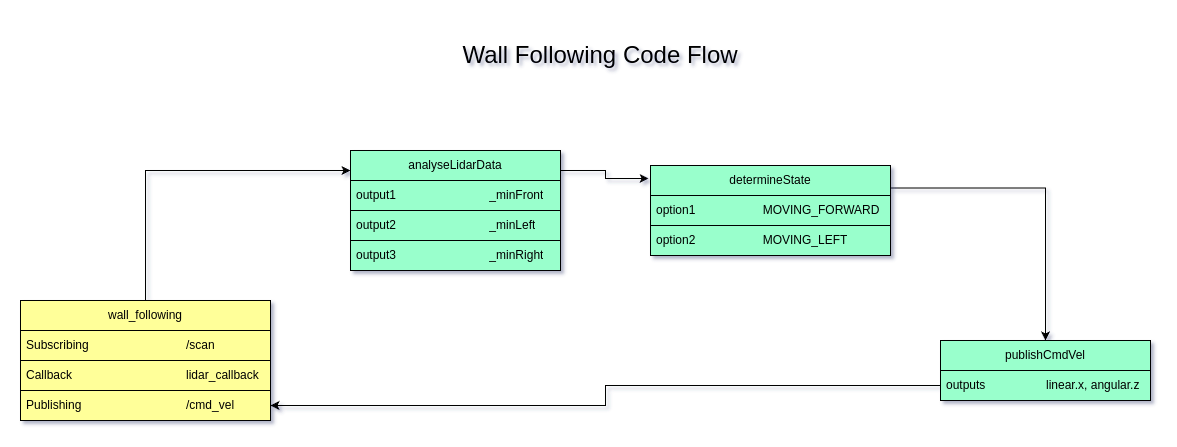
This is module_4_assessment/gifs_imgs/code_flow.png from aravindsairam/robotics_software_engineer, a draw.io export, as it was before one commit. Source tidied: cells renumbered, new cells last; positions are measured from the earlier drawing's top-left corner, leaving out a move shared by most shapes.
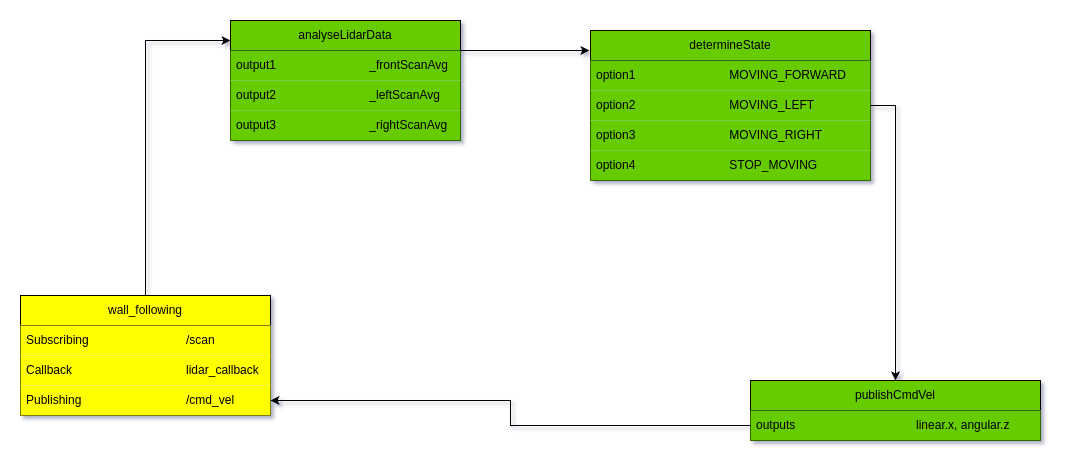
The same file after the commit.

Change to the diagram source:
```diff
@@ -2,65 +2,62 @@
   <root>
     <mxCell id="0" />
     <mxCell id="1" parent="0" />
-    <mxCell id="2" value="&lt;font style=&quot;font-size: 24px;&quot;&gt;Wall Following Code Flow&lt;/font&gt;" style="text;html=1;align=center;verticalAlign=middle;whiteSpace=wrap;rounded=0;" parent="1" vertex="1">
-      <mxGeometry x="420" width="320" height="70" as="geometry" />
-    </mxCell>
-    <mxCell id="3" value="wall_following" style="swimlane;fontStyle=0;horizontal=1;startSize=30;whiteSpace=wrap;html=1;strokeColor=#000000;fillColor=#FFFF99;" parent="1" vertex="1">
-      <mxGeometry y="280" width="250" height="120" as="geometry" />
+    <mxCell id="3" value="wall_following" style="swimlane;fontStyle=0;horizontal=1;startSize=30;whiteSpace=wrap;html=1;fillColor=#FFFF00;" parent="1" vertex="1">
+      <mxGeometry x="50" y="255" width="250" height="120" as="geometry" />
     </mxCell>
-    <mxCell id="4" value="Subscribing&lt;span style=&quot;white-space: pre;&quot;&gt;&#9;&lt;/span&gt;&lt;span style=&quot;white-space: pre;&quot;&gt;&#9;&lt;/span&gt;&lt;span style=&quot;white-space: pre;&quot;&gt;&#9;&lt;/span&gt;&lt;span style=&quot;white-space: pre;&quot;&gt;&#9;&lt;/span&gt;/scan" style="text;strokeColor=#000000;fillColor=#FFFF99;align=left;verticalAlign=middle;spacingLeft=4;spacingRight=4;overflow=hidden;whiteSpace=wrap;html=1;" parent="3" vertex="1">
+    <mxCell id="4" value="Subscribing&lt;span style=&quot;white-space: pre;&quot;&gt;&#9;&lt;/span&gt;&lt;span style=&quot;white-space: pre;&quot;&gt;&#9;&lt;/span&gt;&lt;span style=&quot;white-space: pre;&quot;&gt;&#9;&lt;/span&gt;&amp;nbsp; &lt;span style=&quot;white-space: pre;&quot;&gt;&#9;&lt;/span&gt;/scan" style="text;strokeColor=none;fillColor=#FFFF00;align=left;verticalAlign=middle;spacingLeft=4;spacingRight=4;overflow=hidden;whiteSpace=wrap;html=1;" parent="3" vertex="1">
       <mxGeometry y="30" width="250" height="30" as="geometry" />
     </mxCell>
-    <mxCell id="5" value="Callback&lt;span style=&quot;white-space: pre;&quot;&gt;&#9;&lt;/span&gt;&lt;span style=&quot;white-space: pre;&quot;&gt;&#9;&lt;/span&gt;&lt;span style=&quot;white-space: pre;&quot;&gt;&#9;&lt;/span&gt;&lt;span style=&quot;white-space: pre;&quot;&gt;&#9;&lt;/span&gt;&amp;nbsp;&lt;span style=&quot;white-space: pre;&quot;&gt;&#9;&lt;/span&gt;lidar_callback" style="text;strokeColor=#000000;fillColor=#FFFF99;align=left;verticalAlign=middle;spacingLeft=4;spacingRight=4;overflow=hidden;whiteSpace=wrap;html=1;" parent="3" vertex="1">
+    <mxCell id="5" value="Callback&lt;span style=&quot;white-space: pre;&quot;&gt;&#9;&lt;/span&gt;&lt;span style=&quot;white-space: pre;&quot;&gt;&#9;&lt;/span&gt;&lt;span style=&quot;white-space: pre;&quot;&gt;&#9;&lt;/span&gt;&lt;span style=&quot;white-space: pre;&quot;&gt;&#9;&lt;/span&gt;&lt;span style=&quot;white-space: pre;&quot;&gt;&#9;&lt;/span&gt;lidar_callback" style="text;strokeColor=none;fillColor=#FFFF00;align=left;verticalAlign=middle;spacingLeft=4;spacingRight=4;overflow=hidden;whiteSpace=wrap;html=1;" parent="3" vertex="1">
       <mxGeometry y="60" width="250" height="30" as="geometry" />
     </mxCell>
-    <mxCell id="6" value="Publishing&lt;span style=&quot;white-space: pre;&quot;&gt;&#9;&lt;/span&gt;&lt;span style=&quot;white-space: pre;&quot;&gt;&#9;&lt;/span&gt;&lt;span style=&quot;white-space: pre;&quot;&gt;&#9;&lt;/span&gt;&lt;span style=&quot;white-space: pre;&quot;&gt;&#9;&lt;/span&gt;/cmd_vel" style="text;strokeColor=#000000;fillColor=#FFFF99;align=left;verticalAlign=middle;spacingLeft=4;spacingRight=4;overflow=hidden;points=[[0,0.5],[1,0.5]];portConstraint=eastwest;whiteSpace=wrap;html=1;" parent="3" vertex="1">
+    <mxCell id="6" value="Publishing&lt;span style=&quot;white-space: pre;&quot;&gt;&#9;&lt;/span&gt;&lt;span style=&quot;white-space: pre;&quot;&gt;&#9;&lt;/span&gt;&lt;span style=&quot;white-space: pre;&quot;&gt;&#9;&lt;/span&gt;&lt;span style=&quot;white-space: pre;&quot;&gt;&#9;&lt;/span&gt;/cmd_vel" style="text;strokeColor=none;fillColor=#FFFF00;align=left;verticalAlign=middle;spacingLeft=4;spacingRight=4;overflow=hidden;points=[[0,0.5],[1,0.5]];portConstraint=eastwest;whiteSpace=wrap;html=1;" parent="3" vertex="1">
       <mxGeometry y="90" width="250" height="30" as="geometry" />
     </mxCell>
-    <mxCell id="7" value="analyseLidarData" style="swimlane;fontStyle=0;horizontal=1;startSize=30;whiteSpace=wrap;html=1;strokeColor=#000000;fillColor=#99FFCC;" parent="1" vertex="1">
-      <mxGeometry x="330" y="130" width="210" height="120" as="geometry" />
-    </mxCell>
-    <mxCell id="8" value="output1&lt;span style=&quot;white-space: pre;&quot;&gt;&#9;&lt;/span&gt;&lt;span style=&quot;white-space: pre;&quot;&gt;&#9;&lt;span style=&quot;white-space: pre;&quot;&gt;&#9;&lt;span style=&quot;white-space: pre;&quot;&gt;&#9;&lt;/span&gt;&lt;/span&gt;_minFront&lt;/span&gt;" style="text;strokeColor=#000000;fillColor=#99FFCC;align=left;verticalAlign=middle;spacingLeft=4;spacingRight=4;overflow=hidden;whiteSpace=wrap;html=1;" parent="7" vertex="1">
-      <mxGeometry y="30" width="210" height="30" as="geometry" />
-    </mxCell>
-    <mxCell id="9" value="output2&lt;span style=&quot;white-space: pre;&quot;&gt;&#9;&lt;/span&gt;&lt;span style=&quot;white-space: pre;&quot;&gt;&#9;&lt;/span&gt;&lt;span style=&quot;white-space: pre;&quot;&gt;&#9;&lt;/span&gt;&lt;span style=&quot;white-space: pre;&quot;&gt;&#9;&lt;/span&gt;_minLeft" style="text;strokeColor=#000000;fillColor=#99FFCC;align=left;verticalAlign=middle;spacingLeft=4;spacingRight=4;overflow=hidden;whiteSpace=wrap;html=1;" parent="7" vertex="1">
-      <mxGeometry y="60" width="210" height="30" as="geometry" />
-    </mxCell>
-    <mxCell id="10" value="output3&lt;span style=&quot;white-space: pre;&quot;&gt;&#9;&lt;/span&gt;&lt;span style=&quot;white-space: pre;&quot;&gt;&#9;&lt;/span&gt;&lt;span style=&quot;white-space: pre;&quot;&gt;&#9;&lt;/span&gt;&lt;span style=&quot;white-space: pre;&quot;&gt;&#9;&lt;/span&gt;_minRight" style="text;strokeColor=#000000;fillColor=#99FFCC;align=left;verticalAlign=middle;spacingLeft=4;spacingRight=4;overflow=hidden;whiteSpace=wrap;html=1;" parent="7" vertex="1">
-      <mxGeometry y="90" width="210" height="30" as="geometry" />
-    </mxCell>
-    <mxCell id="11" style="edgeStyle=orthogonalEdgeStyle;rounded=0;jettySize=auto;html=1;exitX=1;exitY=0.25;exitDx=0;exitDy=0;entryX=0.5;entryY=0;entryDx=0;entryDy=0;strokeColor=#000000;fillColor=#99FFCC;" parent="1" edge="1" source="12" target="15">
-      <mxGeometry relative="1" as="geometry" />
-    </mxCell>
-    <mxCell id="12" value="determineState" style="swimlane;fontStyle=0;horizontal=1;startSize=30;whiteSpace=wrap;html=1;strokeColor=#000000;fillColor=#99FFCC;" parent="1" vertex="1">
-      <mxGeometry x="630" y="145" width="240" height="90" as="geometry" />
+    <mxCell id="12" value="determineState" style="swimlane;fontStyle=0;horizontal=1;startSize=30;whiteSpace=wrap;html=1;fillColor=#66CC00;" parent="1" vertex="1">
+      <mxGeometry x="620" y="-10" width="280" height="150" as="geometry" />
     </mxCell>
-    <mxCell id="13" value="option1&lt;span style=&quot;white-space: pre;&quot;&gt;&#9;&lt;/span&gt;&lt;span style=&quot;white-space: pre;&quot;&gt;&#9;&lt;/span&gt;&lt;span style=&quot;white-space: pre;&quot;&gt;&#9;&lt;/span&gt;MOVING_FORWARD" style="text;strokeColor=#000000;fillColor=#99FFCC;align=left;verticalAlign=middle;spacingLeft=4;spacingRight=4;overflow=hidden;whiteSpace=wrap;html=1;" parent="12" vertex="1">
-      <mxGeometry y="30" width="240" height="30" as="geometry" />
+    <mxCell id="13" value="option1&lt;span style=&quot;white-space: pre;&quot;&gt;&#9;&lt;/span&gt;&lt;span style=&quot;white-space: pre;&quot;&gt;&#9;&lt;/span&gt;&lt;span style=&quot;white-space: pre;&quot;&gt;&#9;&lt;/span&gt;&lt;span style=&quot;white-space: pre;&quot;&gt;&#9;&lt;/span&gt;MOVING_FORWARD" style="text;strokeColor=none;fillColor=#66CC00;align=left;verticalAlign=middle;spacingLeft=4;spacingRight=4;overflow=hidden;whiteSpace=wrap;html=1;" parent="12" vertex="1">
+      <mxGeometry y="30" width="280" height="30" as="geometry" />
     </mxCell>
-    <mxCell id="14" value="option2&lt;span style=&quot;white-space: pre;&quot;&gt;&#9;&lt;/span&gt;&lt;span style=&quot;white-space: pre;&quot;&gt;&#9;&lt;/span&gt;&lt;span style=&quot;white-space: pre;&quot;&gt;&#9;&lt;/span&gt;MOVING_LEFT" style="text;strokeColor=#000000;fillColor=#99FFCC;align=left;verticalAlign=middle;spacingLeft=4;spacingRight=4;overflow=hidden;points=[[0,0.5],[1,0.5]];portConstraint=eastwest;whiteSpace=wrap;html=1;" parent="12" vertex="1">
-      <mxGeometry y="60" width="240" height="30" as="geometry" />
+    <mxCell id="14" value="option2&amp;nbsp;&lt;span style=&quot;white-space: pre;&quot;&gt;&#9;&lt;/span&gt;&lt;span style=&quot;white-space: pre;&quot;&gt;&#9;&lt;/span&gt;&lt;span style=&quot;white-space: pre;&quot;&gt;&#9;&lt;/span&gt;&lt;span style=&quot;white-space: pre;&quot;&gt;&#9;&lt;/span&gt;MOVING_LEFT" style="text;strokeColor=none;fillColor=#66CC00;align=left;verticalAlign=middle;spacingLeft=4;spacingRight=4;overflow=hidden;points=[[0,0.5],[1,0.5]];portConstraint=eastwest;whiteSpace=wrap;html=1;" parent="12" vertex="1">
+      <mxGeometry y="60" width="280" height="30" as="geometry" />
     </mxCell>
+    <mxCell id="20" value="option3&lt;span style=&quot;white-space: pre;&quot;&gt;&#9;&lt;/span&gt;&lt;span style=&quot;white-space: pre;&quot;&gt;&#9;&lt;/span&gt;&lt;span style=&quot;white-space: pre;&quot;&gt;&#9;&lt;/span&gt;&lt;span style=&quot;white-space: pre;&quot;&gt;&#9;&lt;/span&gt;MOVING_RIGHT" style="text;strokeColor=none;fillColor=#66CC00;align=left;verticalAlign=middle;spacingLeft=4;spacingRight=4;overflow=hidden;whiteSpace=wrap;html=1;" parent="12" vertex="1">
+      <mxGeometry y="90" width="280" height="30" as="geometry" />
+    </mxCell>
+    <mxCell id="21" value="option4&lt;span style=&quot;white-space: pre;&quot;&gt;&#9;&lt;/span&gt;&lt;span style=&quot;white-space: pre;&quot;&gt;&#9;&lt;/span&gt;&lt;span style=&quot;white-space: pre;&quot;&gt;&#9;&lt;/span&gt;&lt;span style=&quot;white-space: pre;&quot;&gt;&#9;&lt;/span&gt;STOP_MOVING" style="text;strokeColor=none;fillColor=#66CC00;align=left;verticalAlign=middle;spacingLeft=4;spacingRight=4;overflow=hidden;whiteSpace=wrap;html=1;" parent="12" vertex="1">
+      <mxGeometry y="120" width="280" height="30" as="geometry" />
+    </mxCell>
+    <mxCell id="7" value="analyseLidarData" style="swimlane;fontStyle=0;horizontal=1;startSize=30;whiteSpace=wrap;html=1;fillColor=#66CC00;" parent="1" vertex="1">
+      <mxGeometry x="260" y="-20" width="230" height="120" as="geometry" />
+    </mxCell>
+    <mxCell id="22" value="output1&lt;span style=&quot;white-space: pre;&quot;&gt;&#9;&lt;/span&gt;&lt;span style=&quot;white-space: pre;&quot;&gt;&#9;&lt;/span&gt;&lt;span style=&quot;white-space: pre;&quot;&gt;&#9;&lt;/span&gt;&lt;span style=&quot;white-space: pre;&quot;&gt;&#9;&lt;/span&gt;_frontScanAvg" style="text;strokeColor=none;fillColor=#66CC00;align=left;verticalAlign=middle;spacingLeft=4;spacingRight=4;overflow=hidden;whiteSpace=wrap;html=1;" parent="7" vertex="1">
+      <mxGeometry y="30" width="230" height="30" as="geometry" />
+    </mxCell>
+    <mxCell id="23" value="output2&lt;span style=&quot;white-space: pre;&quot;&gt;&#9;&lt;/span&gt;&lt;span style=&quot;white-space: pre;&quot;&gt;&#9;&lt;/span&gt;&lt;span style=&quot;white-space: pre;&quot;&gt;&#9;&lt;/span&gt;&lt;span style=&quot;white-space: pre;&quot;&gt;&#9;&lt;/span&gt;_leftScanAvg" style="text;strokeColor=none;fillColor=#66CC00;align=left;verticalAlign=middle;spacingLeft=4;spacingRight=4;overflow=hidden;whiteSpace=wrap;html=1;" parent="7" vertex="1">
+      <mxGeometry y="60" width="230" height="30" as="geometry" />
+    </mxCell>
+    <mxCell id="24" value="output3&lt;span style=&quot;white-space: pre;&quot;&gt;&#9;&lt;/span&gt;&lt;span style=&quot;white-space: pre;&quot;&gt;&#9;&lt;/span&gt;&lt;span style=&quot;white-space: pre;&quot;&gt;&#9;&lt;/span&gt;&lt;span style=&quot;white-space: pre;&quot;&gt;&#9;&lt;/span&gt;_rightScanAvg" style="text;strokeColor=none;fillColor=#66CC00;align=left;verticalAlign=middle;spacingLeft=4;spacingRight=4;overflow=hidden;whiteSpace=wrap;html=1;" parent="7" vertex="1">
+      <mxGeometry y="90" width="230" height="30" as="geometry" />
+    </mxCell>
-    <mxCell id="15" value="publishCmdVel" style="swimlane;fontStyle=0;horizontal=1;startSize=30;whiteSpace=wrap;html=1;strokeColor=#000000;fillColor=#99FFCC;" parent="1" vertex="1">
-      <mxGeometry x="920" y="320" width="210" height="60" as="geometry" />
+    <mxCell id="15" value="publishCmdVel" style="swimlane;fontStyle=0;horizontal=1;startSize=30;whiteSpace=wrap;html=1;fillColor=#66CC00;" parent="1" vertex="1">
+      <mxGeometry x="780" y="340" width="290" height="60" as="geometry" />
     </mxCell>
-    <mxCell id="16" value="outputs&lt;span style=&quot;white-space: pre;&quot;&gt;&#9;&lt;/span&gt;&amp;nbsp; &amp;nbsp; &amp;nbsp; &amp;nbsp; &amp;nbsp; &amp;nbsp; &amp;nbsp; linear.x, angular.z" style="text;strokeColor=#000000;fillColor=#99FFCC;align=left;verticalAlign=middle;spacingLeft=4;spacingRight=4;overflow=hidden;points=[[0,0.5],[1,0.5]];portConstraint=eastwest;whiteSpace=wrap;html=1;" parent="15" vertex="1">
-      <mxGeometry y="30" width="210" height="30" as="geometry" />
+    <mxCell id="16" value="outputs&lt;span style=&quot;white-space: pre;&quot;&gt;&#9;&lt;/span&gt;&lt;span style=&quot;white-space: pre;&quot;&gt;&#9;&lt;/span&gt;&lt;span style=&quot;white-space: pre;&quot;&gt;&#9;&lt;/span&gt;&lt;span style=&quot;white-space: pre;&quot;&gt;&#9;&lt;/span&gt;&lt;span style=&quot;white-space: pre;&quot;&gt;&#9;&lt;/span&gt;linear.x, angular.z" style="text;strokeColor=none;fillColor=#66CC00;align=left;verticalAlign=middle;spacingLeft=4;spacingRight=4;overflow=hidden;points=[[0,0.5],[1,0.5]];portConstraint=eastwest;whiteSpace=wrap;html=1;" parent="15" vertex="1">
+      <mxGeometry y="30" width="290" height="30" as="geometry" />
     </mxCell>
+    <mxCell id="25" style="edgeStyle=orthogonalEdgeStyle;rounded=0;jettySize=auto;html=1;exitX=1;exitY=0.5;exitDx=0;exitDy=0;entryX=0.5;entryY=0;entryDx=0;entryDy=0;" parent="1" edge="1" source="14" target="15">
+      <mxGeometry relative="1" as="geometry" />
+    </mxCell>
+    <mxCell id="19" style="edgeStyle=orthogonalEdgeStyle;rounded=0;jettySize=auto;html=1;exitX=0;exitY=0.5;exitDx=0;exitDy=0;entryX=1;entryY=0.5;entryDx=0;entryDy=0;" parent="1" edge="1" source="16" target="6">
+      <mxGeometry relative="1" as="geometry" />
+    </mxCell>
     <mxCell id="17" style="edgeStyle=orthogonalEdgeStyle;rounded=0;jettySize=auto;html=1;exitX=0.5;exitY=0;exitDx=0;exitDy=0;entryX=0;entryY=0.167;entryDx=0;entryDy=0;entryPerimeter=0;" parent="1" edge="1" source="3" target="7">
       <mxGeometry relative="1" as="geometry" />
     </mxCell>
-    <mxCell id="18" style="edgeStyle=orthogonalEdgeStyle;rounded=0;jettySize=auto;html=1;exitX=1;exitY=0;exitDx=0;exitDy=0;entryX=-0.008;entryY=0.144;entryDx=0;entryDy=0;entryPerimeter=0;strokeColor=#000000;fillColor=#99FFCC;" parent="1" edge="1" source="7" target="12">
-      <mxGeometry relative="1" as="geometry">
-        <Array as="points">
-          <mxPoint x="540" y="150" />
-          <mxPoint x="585" y="150" />
-          <mxPoint x="585" y="158" />
-        </Array>
-      </mxGeometry>
+    <mxCell id="18" style="edgeStyle=orthogonalEdgeStyle;rounded=0;jettySize=auto;html=1;exitX=1;exitY=0.25;exitDx=0;exitDy=0;entryX=-0.004;entryY=0.133;entryDx=0;entryDy=0;entryPerimeter=0;" parent="1" edge="1" source="7" target="12">
+      <mxGeometry relative="1" as="geometry" />
     </mxCell>
-    <mxCell id="19" style="edgeStyle=orthogonalEdgeStyle;rounded=0;jettySize=auto;html=1;exitX=0;exitY=0.5;exitDx=0;exitDy=0;entryX=1;entryY=0.5;entryDx=0;entryDy=0;strokeColor=#000000;" parent="1" edge="1" source="16" target="6">
-      <mxGeometry relative="1" as="geometry" />
-    </mxCell>
   </root>
 </mxGraphModel>
```
